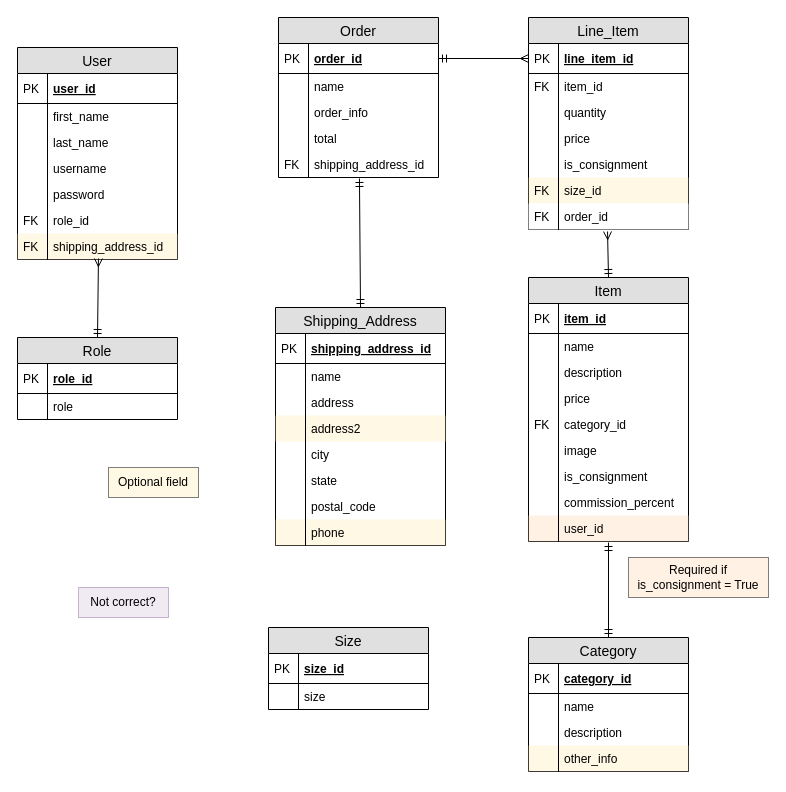
This is support/Moose_Leather_ER.drawio from swendt57/moose_leather_project, a draw.io file, before an edit. Source tidied: cells renumbered, new cells numbered last; positions are measured from the earlier drawing's top-left corner, leaving out a move shared by most shapes. Both pictures are drawn from the tidied source at 100%, with x=0, y=0 at pixel (17, 17).
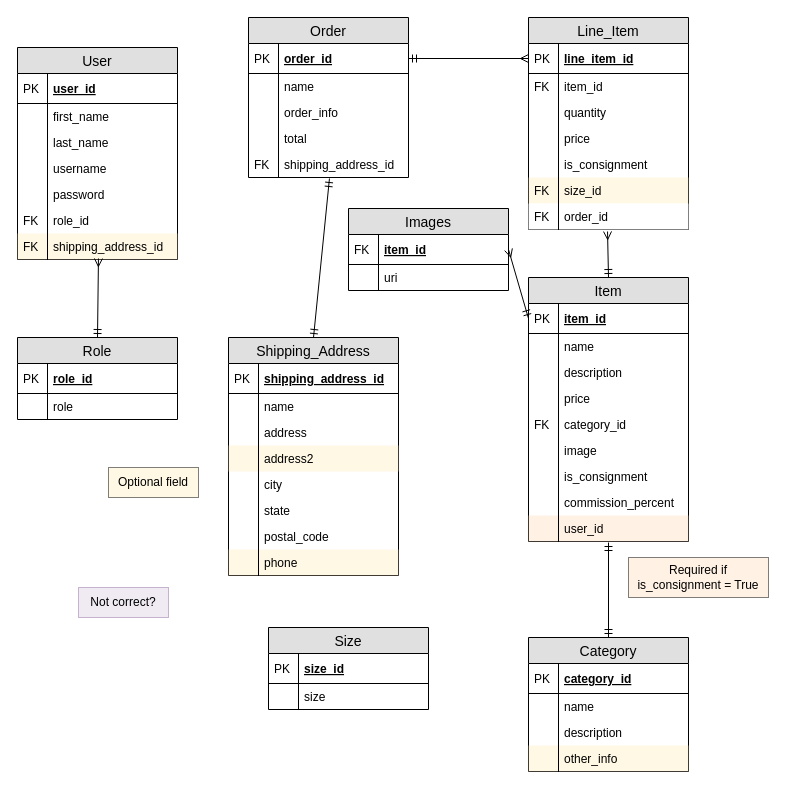
The same diagram, later.

Unchanged cells that the change refers to:
```xml
<mxCell id="49" value="item_id" style="shape=partialRectangle;top=0;left=0;right=0;bottom=1;align=left;verticalAlign=middle;fillColor=none;spacingLeft=34;spacingRight=4;overflow=hidden;points=[[0,0.5],[1,0.5]];portConstraint=eastwest;fontStyle=5;fontSize=12;" parent="48" vertex="1">
  <mxGeometry y="26" width="160" height="30" as="geometry" />
</mxCell>
```

Diff of the diagram source:
```diff
@@
     <mxCell id="22" value="Order" style="swimlane;fontStyle=0;horizontal=1;startSize=26;fillColor=#e0e0e0;swimlaneFillColor=#ffffff;align=center;fontSize=14;" parent="1" vertex="1">
-      <mxGeometry x="261" width="160" height="160" as="geometry" />
+      <mxGeometry x="231" width="160" height="160" as="geometry" />
     </mxCell>
@@
     <mxCell id="76" value="Shipping_Address" style="swimlane;fontStyle=0;horizontal=1;startSize=26;fillColor=#e0e0e0;swimlaneFillColor=#ffffff;align=center;fontSize=14;" parent="1" vertex="1">
-      <mxGeometry x="258" y="290" width="170" height="238" as="geometry" />
+      <mxGeometry x="211" y="320" width="170" height="238" as="geometry" />
     </mxCell>
@@
+    <mxCell id="106" value="Images" style="swimlane;fontStyle=0;horizontal=1;startSize=26;fillColor=#e0e0e0;swimlaneFillColor=#ffffff;align=center;fontSize=14;" parent="1" vertex="1">
+      <mxGeometry x="331" y="191" width="160" height="82" as="geometry" />
+    </mxCell>
+    <mxCell id="107" value="item_id" style="shape=partialRectangle;top=0;left=0;right=0;bottom=1;align=left;verticalAlign=middle;fillColor=none;spacingLeft=34;spacingRight=4;overflow=hidden;points=[[0,0.5],[1,0.5]];portConstraint=eastwest;fontStyle=5;fontSize=12;" parent="106" vertex="1">
+      <mxGeometry y="26" width="160" height="30" as="geometry" />
+    </mxCell>
+    <mxCell id="108" value="FK" style="shape=partialRectangle;top=0;left=0;bottom=0;fillColor=none;align=left;verticalAlign=middle;spacingLeft=4;spacingRight=4;overflow=hidden;fontSize=12;" parent="107" vertex="1">
+      <mxGeometry width="30" height="30" as="geometry" />
+    </mxCell>
+    <mxCell id="109" value="uri" style="shape=partialRectangle;top=0;left=0;right=0;bottom=0;align=left;verticalAlign=top;fillColor=none;spacingLeft=34;spacingRight=4;overflow=hidden;fontSize=12;" parent="106" vertex="1">
+      <mxGeometry y="56" width="160" height="26" as="geometry" />
+    </mxCell>
+    <mxCell id="110" style="shape=partialRectangle;top=0;left=0;bottom=0;fillColor=none;align=left;verticalAlign=top;spacingLeft=4;spacingRight=4;overflow=hidden;fontSize=12;" parent="109" vertex="1">
+      <mxGeometry width="30" height="26" as="geometry" />
+    </mxCell>
+    <mxCell id="111" style="endArrow=ERmany;html=1;rounded=0;fontSize=15;exitX=0;exitY=0.5;exitDx=0;exitDy=0;startArrow=ERmandOne;startFill=0;endFill=0;entryX=1;entryY=0.5;entryDx=0;entryDy=0;" parent="1" edge="1" source="49" target="107">
+      <mxGeometry relative="1" as="geometry" />
+    </mxCell>
```
